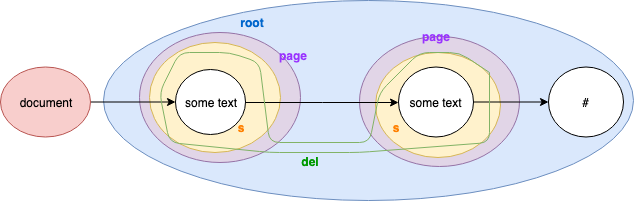
The draw.io diagram img/discont2-tagml.png in bleekere/jTEI2020, before a commit. Source tidied: cells renumbered, new cells last; positions are measured from the earlier drawing's top-left corner, leaving out a move shared by most shapes.
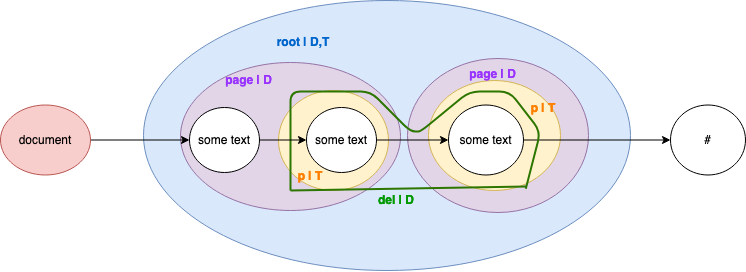
The same diagram one commit later.

The edit, as a diff of the source:
```diff
@@ -3,31 +3,28 @@
     <mxCell id="0" />
     <mxCell id="1" parent="0" />
     <mxCell id="2" style="ellipse;whiteSpace=wrap;html=1;fillColor=#dae8fc;strokeColor=#6c8ebf;" parent="1" vertex="1">
-      <mxGeometry x="103" width="530" height="200" as="geometry" />
+      <mxGeometry x="93" y="-38" width="487" height="270" as="geometry" />
     </mxCell>
     <mxCell id="3" style="ellipse;whiteSpace=wrap;html=1;fillColor=#e1d5e7;strokeColor=#9673a6;" parent="1" vertex="1">
-      <mxGeometry x="359" y="36" width="160" height="130" as="geometry" />
+      <mxGeometry x="357" y="20" width="181" height="154" as="geometry" />
     </mxCell>
     <mxCell id="4" style="ellipse;whiteSpace=wrap;html=1;fillColor=#e1d5e7;strokeColor=#9673a6;" parent="1" vertex="1">
-      <mxGeometry x="139" y="32" width="161" height="130" as="geometry" />
+      <mxGeometry x="130" y="24" width="220" height="148" as="geometry" />
     </mxCell>
     <mxCell id="5" style="ellipse;whiteSpace=wrap;html=1;fillColor=#fff2cc;strokeColor=#d6b656;" parent="1" vertex="1">
-      <mxGeometry x="149" y="42" width="131" height="110" as="geometry" />
+      <mxGeometry x="228" y="52" width="110" height="100" as="geometry" />
     </mxCell>
     <mxCell id="6" style="ellipse;whiteSpace=wrap;html=1;fillColor=#fff2cc;strokeColor=#d6b656;" parent="1" vertex="1">
-      <mxGeometry x="375" y="52" width="125" height="105" as="geometry" />
+      <mxGeometry x="378" y="42" width="132" height="110" as="geometry" />
     </mxCell>
-    <mxCell id="7" style="edgeStyle=orthogonalEdgeStyle;rounded=0;jettySize=auto;html=1;entryX=0;entryY=0.5;entryDx=0;entryDy=0;" parent="1" edge="1" source="8" target="12">
+    <mxCell id="7" style="edgeStyle=orthogonalEdgeStyle;rounded=0;jettySize=auto;html=1;entryX=0;entryY=0.5;entryDx=0;entryDy=0;" parent="1" edge="1" source="23" target="12">
       <mxGeometry relative="1" as="geometry" />
     </mxCell>
-    <mxCell id="8" value="some text" style="ellipse;whiteSpace=wrap;html=1;" parent="1" vertex="1">
-      <mxGeometry x="175" y="69" width="70" height="65" as="geometry" />
-    </mxCell>
     <mxCell id="9" style="edgeStyle=orthogonalEdgeStyle;rounded=0;jettySize=auto;html=1;endArrow=classic;endFill=1;" parent="1" edge="1" source="10" target="8">
       <mxGeometry relative="1" as="geometry" />
     </mxCell>
     <mxCell id="10" value="document" style="ellipse;whiteSpace=wrap;html=1;fillColor=#f8cecc;strokeColor=#b85450;" parent="1" vertex="1">
-      <mxGeometry y="66.5" width="90" height="70" as="geometry" />
+      <mxGeometry x="-50" y="66.5" width="90" height="70" as="geometry" />
     </mxCell>
     <mxCell id="11" style="edgeStyle=orthogonalEdgeStyle;rounded=0;jettySize=auto;html=1;" parent="1" edge="1" source="12" target="13">
       <mxGeometry relative="1" as="geometry" />
@@ -36,46 +33,73 @@
       <mxGeometry x="398" y="66.5" width="75" height="70" as="geometry" />
     </mxCell>
     <mxCell id="13" value="#" style="ellipse;whiteSpace=wrap;html=1;" parent="1" vertex="1">
-      <mxGeometry x="548" y="66.5" width="75" height="70" as="geometry" />
+      <mxGeometry x="620" y="66.5" width="75" height="70" as="geometry" />
     </mxCell>
-    <mxCell id="14" value="&lt;font color=&quot;#0066cc&quot;&gt;&lt;b&gt;root&lt;/b&gt;&lt;/font&gt;" style="text;html=1;strokeColor=none;fillColor=none;align=center;verticalAlign=middle;whiteSpace=wrap;rounded=0;" parent="1" vertex="1">
-      <mxGeometry x="224.5" y="12" width="54" height="20" as="geometry" />
+    <mxCell id="14" value="&lt;font color=&quot;#0066cc&quot;&gt;&lt;b&gt;root | D,T&lt;br&gt;&lt;/b&gt;&lt;/font&gt;" style="text;html=1;strokeColor=none;fillColor=none;align=center;verticalAlign=middle;whiteSpace=wrap;rounded=0;" parent="1" vertex="1">
+      <mxGeometry x="224.5" y="-6" width="55.5" height="20" as="geometry" />
     </mxCell>
-    <mxCell id="15" style="endArrow=none;html=1;textOpacity=0;fillColor=#d5e8d4;strokeColor=#82b366;endFill=0;startFill=0;" parent="1" edge="1">
+    <mxCell id="15" style="endArrow=none;html=1;textOpacity=0;fillColor=#60a917;strokeColor=#2D7600;endFill=0;startFill=0;strokeWidth=2;entryX=0.737;entryY=0.985;entryDx=0;entryDy=0;entryPerimeter=0;" parent="1" edge="1" target="6">
       <mxGeometry relative="1" as="geometry">
-        <mxPoint x="489" y="72" as="sourcePoint" />
-        <mxPoint x="489" y="72" as="targetPoint" />
+        <mxPoint x="240" y="152" as="sourcePoint" />
         <Array as="points">
-          <mxPoint x="489" y="142" />
-          <mxPoint x="359" y="152" />
-          <mxPoint x="269" y="152" />
-          <mxPoint x="169" y="142" />
-          <mxPoint x="159" y="92" />
-          <mxPoint x="179" y="52" />
-          <mxPoint x="229" y="52" />
-          <mxPoint x="259" y="62" />
-          <mxPoint x="269" y="142" />
-          <mxPoint x="369" y="142" />
-          <mxPoint x="379" y="92" />
-          <mxPoint x="419" y="52" />
-          <mxPoint x="459" y="52" />
+          <mxPoint x="240" y="112" />
+          <mxPoint x="240" y="53" />
+          <mxPoint x="320" y="53" />
+          <mxPoint x="360" y="93" />
+          <mxPoint x="370" y="93" />
+          <mxPoint x="419" y="53" />
+          <mxPoint x="459" y="53" />
+          <mxPoint x="490" y="93" />
         </Array>
       </mxGeometry>
     </mxCell>
-    <mxCell id="16" value="&lt;font color=&quot;#009900&quot;&gt;&lt;b&gt;del&lt;/b&gt;&lt;/font&gt;" style="text;html=1;strokeColor=none;fillColor=none;align=center;verticalAlign=middle;whiteSpace=wrap;rounded=0;" parent="1" vertex="1">
-      <mxGeometry x="290" y="151" width="40" height="20" as="geometry" />
+    <mxCell id="16" value="&lt;font color=&quot;#009900&quot;&gt;&lt;b&gt;del | D&lt;br&gt;&lt;/b&gt;&lt;/font&gt;" style="text;html=1;strokeColor=none;fillColor=none;align=center;verticalAlign=middle;whiteSpace=wrap;rounded=0;" parent="1" vertex="1">
+      <mxGeometry x="326" y="152" width="40" height="20" as="geometry" />
     </mxCell>
-    <mxCell id="17" value="&lt;font color=&quot;#9933ff&quot;&gt;&lt;b&gt;page&lt;/b&gt;&lt;/font&gt;" style="text;html=1;strokeColor=none;fillColor=none;align=center;verticalAlign=middle;whiteSpace=wrap;rounded=0;" parent="1" vertex="1">
-      <mxGeometry x="271.5" y="44.5" width="40" height="20" as="geometry" />
+    <mxCell id="17" value="&lt;font color=&quot;#9933ff&quot;&gt;&lt;b&gt;page | D&lt;br&gt;&lt;/b&gt;&lt;/font&gt;" style="text;html=1;strokeColor=none;fillColor=none;align=center;verticalAlign=middle;whiteSpace=wrap;rounded=0;" parent="1" vertex="1">
+      <mxGeometry x="172" y="32" width="52.5" height="20" as="geometry" />
     </mxCell>
-    <mxCell id="18" value="&lt;font color=&quot;#ff8000&quot;&gt;&lt;b&gt;s&lt;/b&gt;&lt;/font&gt;" style="text;html=1;strokeColor=none;fillColor=none;align=center;verticalAlign=middle;whiteSpace=wrap;rounded=0;" parent="1" vertex="1">
-      <mxGeometry x="219.5" y="116.5" width="40" height="20" as="geometry" />
+    <mxCell id="18" value="&lt;font color=&quot;#ff8000&quot;&gt;&lt;b&gt;p | T&lt;br&gt;&lt;/b&gt;&lt;/font&gt;" style="text;html=1;strokeColor=none;fillColor=none;align=center;verticalAlign=middle;whiteSpace=wrap;rounded=0;" parent="1" vertex="1">
+      <mxGeometry x="240" y="128" width="40" height="20" as="geometry" />
     </mxCell>
-    <mxCell id="19" value="&lt;font color=&quot;#ff8000&quot;&gt;&lt;b&gt;s&lt;/b&gt;&lt;/font&gt;" style="text;html=1;strokeColor=none;fillColor=none;align=center;verticalAlign=middle;whiteSpace=wrap;rounded=0;" parent="1" vertex="1">
-      <mxGeometry x="375" y="116.5" width="40" height="20" as="geometry" />
+    <mxCell id="19" value="&lt;font color=&quot;#ff8000&quot;&gt;&lt;b&gt;p &lt;/b&gt;&lt;/font&gt;&lt;font color=&quot;#ff8000&quot;&gt;&lt;b&gt;| T&lt;/b&gt;&lt;/font&gt;" style="text;html=1;strokeColor=none;fillColor=none;align=center;verticalAlign=middle;whiteSpace=wrap;rounded=0;" parent="1" vertex="1">
+      <mxGeometry x="473" y="59.5" width="40" height="20" as="geometry" />
     </mxCell>
-    <mxCell id="20" value="&lt;font color=&quot;#9933ff&quot;&gt;&lt;b&gt;page&lt;/b&gt;&lt;/font&gt;" style="text;html=1;strokeColor=none;fillColor=none;align=center;verticalAlign=middle;whiteSpace=wrap;rounded=0;" parent="1" vertex="1">
-      <mxGeometry x="415" y="26" width="40" height="20" as="geometry" />
+    <mxCell id="20" value="&lt;font color=&quot;#9933ff&quot;&gt;&lt;b&gt;page | D&lt;br&gt;&lt;/b&gt;&lt;/font&gt;" style="text;html=1;strokeColor=none;fillColor=none;align=center;verticalAlign=middle;whiteSpace=wrap;rounded=0;" parent="1" vertex="1">
+      <mxGeometry x="415" y="26" width="55" height="20" as="geometry" />
     </mxCell>
+    <mxCell id="21" style="edgeStyle=orthogonalEdgeStyle;rounded=0;jettySize=auto;html=1;strokeWidth=2;fillColor=#D5E8D4;opacity=0;" parent="1" edge="1" source="23">
+      <mxGeometry relative="1" as="geometry">
+        <mxPoint x="160" y="104" as="targetPoint" />
+      </mxGeometry>
+    </mxCell>
+    <mxCell id="22" style="edgeStyle=orthogonalEdgeStyle;rounded=0;jettySize=auto;html=1;strokeWidth=2;fillColor=#D5E8D4;opacity=0;endArrow=block;endFill=1;" parent="1" edge="1" source="8" target="23">
+      <mxGeometry relative="1" as="geometry" />
+    </mxCell>
+    <mxCell id="8" value="some text" style="ellipse;whiteSpace=wrap;html=1;" parent="1" vertex="1">
+      <mxGeometry x="139" y="69" width="70" height="65" as="geometry" />
+    </mxCell>
+    <mxCell id="23" value="some text" style="ellipse;whiteSpace=wrap;html=1;" parent="1" vertex="1">
+      <mxGeometry x="256" y="69" width="70" height="65" as="geometry" />
+    </mxCell>
+    <mxCell id="24" style="edgeStyle=orthogonalEdgeStyle;rounded=0;jettySize=auto;html=1;entryX=0;entryY=0.5;entryDx=0;entryDy=0;" parent="1" edge="1" source="8" target="23">
+      <mxGeometry relative="1" as="geometry" />
+    </mxCell>
+    <mxCell id="25" style="curved=1;endArrow=classic;html=1;strokeWidth=2;fillColor=#D5E8D4;opacity=0;" parent="1" edge="1">
+      <mxGeometry relative="1" as="geometry">
+        <mxPoint x="270" y="232" as="sourcePoint" />
+        <mxPoint x="320" y="182" as="targetPoint" />
+        <Array as="points">
+          <mxPoint x="320" y="232" />
+          <mxPoint x="270" y="182" />
+        </Array>
+      </mxGeometry>
+    </mxCell>
+    <mxCell id="26" style="endArrow=none;html=1;strokeWidth=2;fillColor=#60a917;strokeColor=#2D7600;" parent="1" edge="1">
+      <mxGeometry relative="1" as="geometry">
+        <mxPoint x="240" y="152" as="sourcePoint" />
+        <mxPoint x="476" y="148" as="targetPoint" />
+      </mxGeometry>
+    </mxCell>
   </root>
 </mxGraphModel>
```
